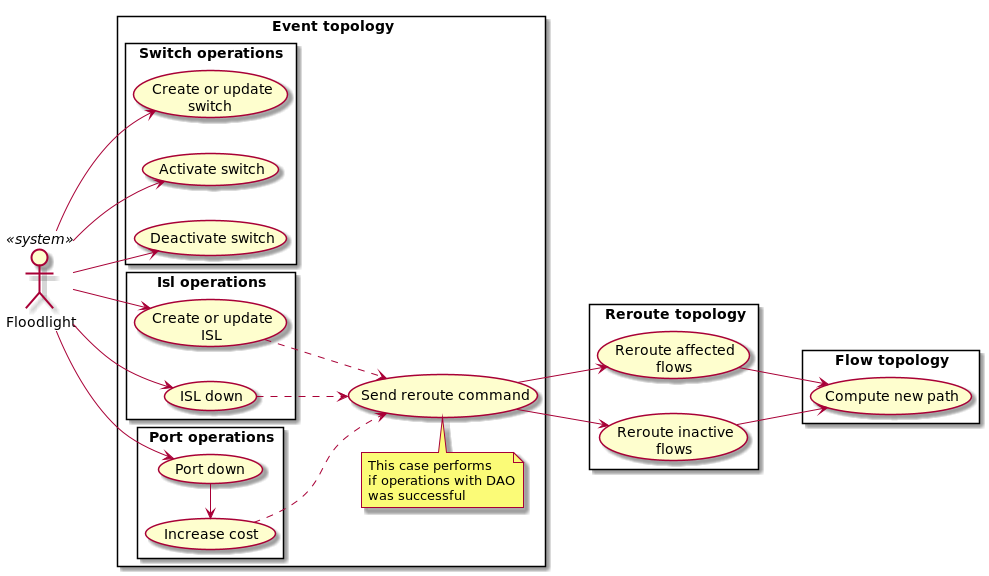
Above: docs/design/solutions/reroute-topology/use-case-reroute-topology.png in telstra/open-kilda (PlantUML), before the change.
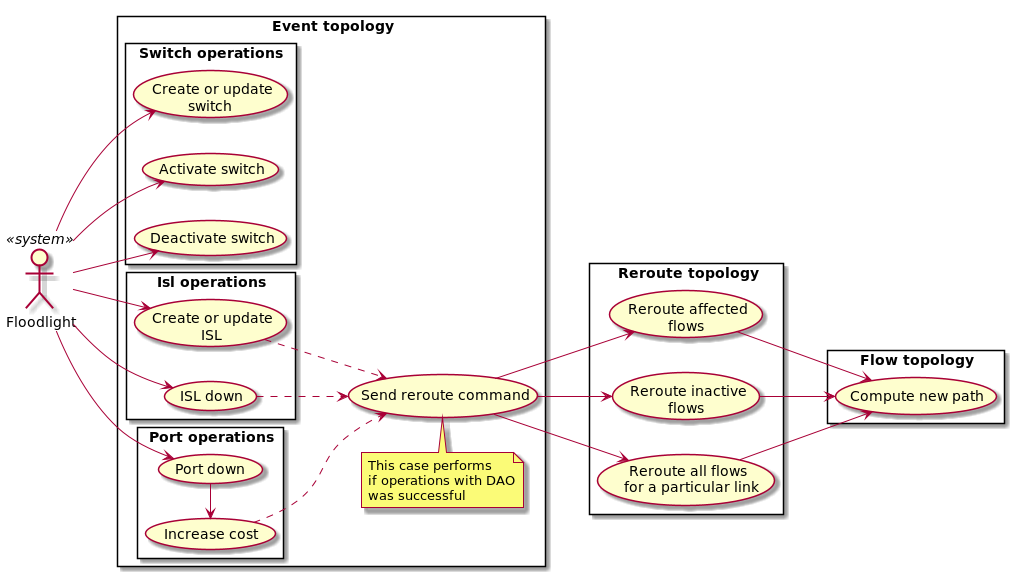
The same diagram one commit later.

What changed in the source:
```diff
@@ -41,10 +41,12 @@
 rectangle "Reroute topology" {
     (Reroute affected\nflows) as RAF
     (Reroute inactive\nflows) as RIF
+    (Reroute all flows\nfor a particular link) as RAFFPL
 }
 
 SRC --> RAF
 SRC --> RIF
+SRC --> RAFFPL
 
 rectangle "Flow topology" {
     (Compute new path) as CP
@@ -52,5 +54,6 @@
 
 RAF --> CP
 RIF --> CP
+RAFFPL --> CP
 
 @enduml
```
